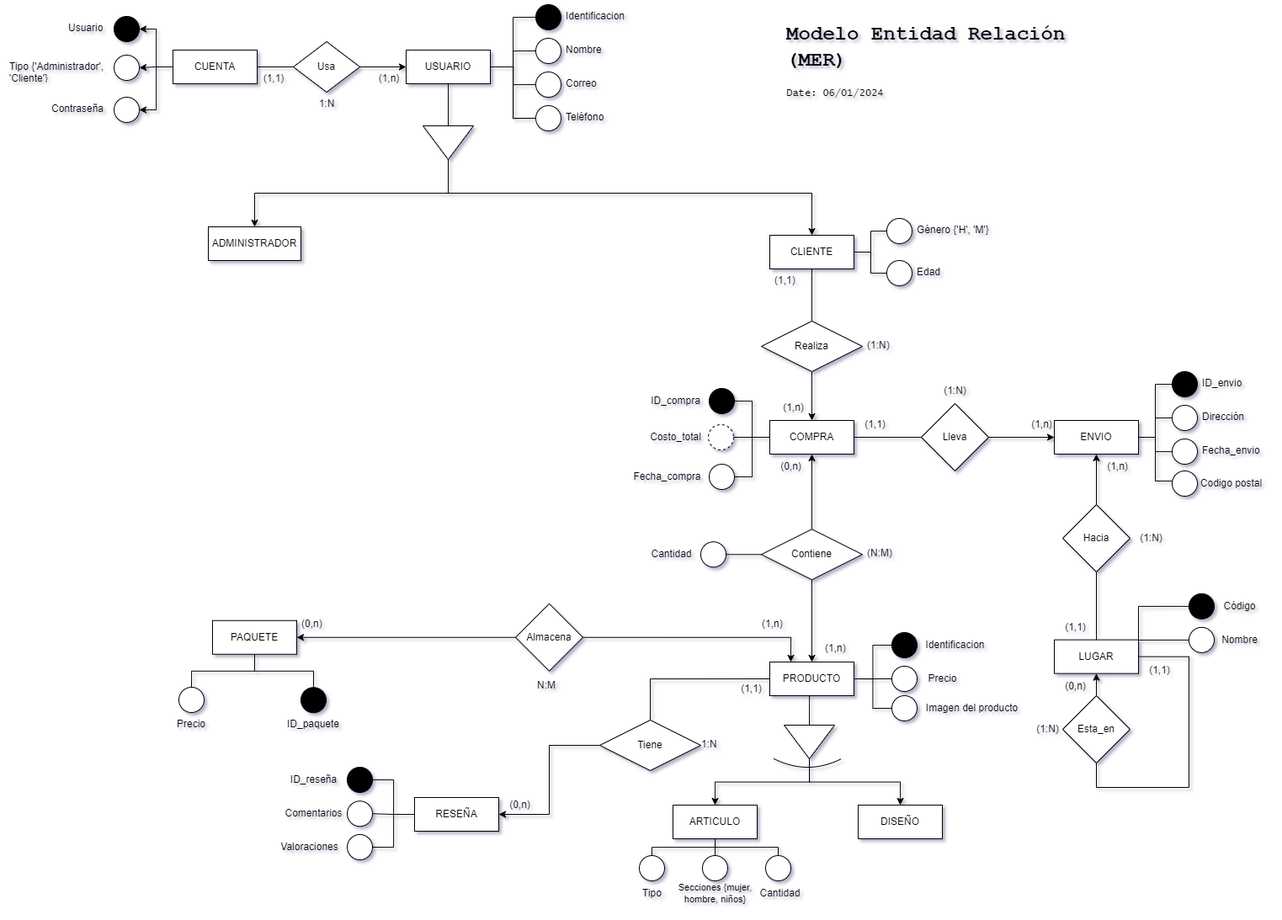
This is db_diagrams/MER.png from DCajiao/sportswear_store, a draw.io export, as it was before one commit. Source tidied: cells renumbered, new cells last; positions are measured from the earlier drawing's top-left corner, leaving out a move shared by most shapes.
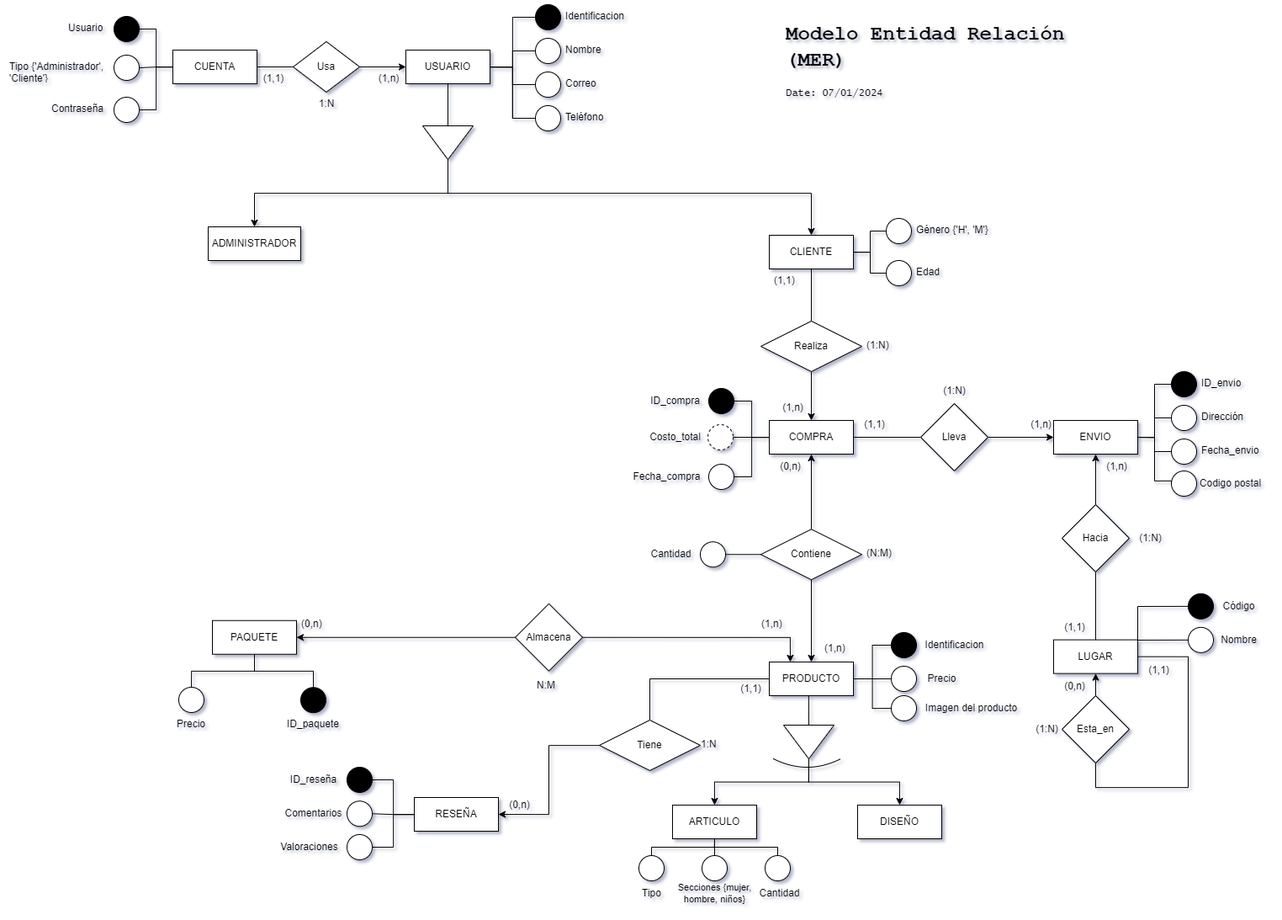
The same diagram one commit later.

Commit message:
END MER

What changed in the source:
```diff
@@ -510,19 +510,19 @@
     <mxCell id="154" value="(1,1)" style="text;html=1;align=center;verticalAlign=middle;strokeColor=none;fillColor=none;" parent="1" vertex="1">
       <mxGeometry x="862" y="798" width="50" height="30" as="geometry" />
     </mxCell>
-    <mxCell id="155" value="&lt;h1&gt;&lt;font face=&quot;Courier New&quot;&gt;Modelo Entidad Relación (MER)&lt;/font&gt;&lt;/h1&gt;&lt;div&gt;&lt;font face=&quot;Lucida Console&quot;&gt;Date: 06/01/2024&lt;/font&gt;&lt;/div&gt;" style="text;html=1;spacing=5;spacingTop=-20;whiteSpace=wrap;overflow=hidden;rounded=0;fillColor=none;" parent="1" vertex="1">
+    <mxCell id="155" value="&lt;h1&gt;&lt;font face=&quot;Courier New&quot;&gt;Modelo Entidad Relación (MER)&lt;/font&gt;&lt;/h1&gt;&lt;div&gt;&lt;font face=&quot;Lucida Console&quot;&gt;Date: 07/01/2024&lt;/font&gt;&lt;/div&gt;" style="text;html=1;spacing=5;spacingTop=-20;whiteSpace=wrap;overflow=hidden;rounded=0;fillColor=none;" parent="1" vertex="1">
       <mxGeometry x="923.5" y="14" width="373.5" height="120" as="geometry" />
     </mxCell>
     <mxCell id="156" style="group;" parent="1" vertex="1">
       <mxGeometry x="65" y="10" width="150" height="150" as="geometry" />
     </mxCell>
-    <mxCell id="157" style="edgeStyle=orthogonalEdgeStyle;rounded=0;jettySize=auto;html=1;entryX=1;entryY=0.5;entryDx=0;entryDy=0;" parent="156" edge="1" source="160" target="161">
+    <mxCell id="157" style="edgeStyle=orthogonalEdgeStyle;rounded=0;jettySize=auto;html=1;entryX=1;entryY=0.5;entryDx=0;entryDy=0;endArrow=none;endFill=0;" parent="156" edge="1" source="160" target="161">
       <mxGeometry relative="1" as="geometry" />
     </mxCell>
-    <mxCell id="158" style="edgeStyle=orthogonalEdgeStyle;rounded=0;jettySize=auto;html=1;entryX=1;entryY=0.5;entryDx=0;entryDy=0;" parent="156" edge="1" source="160" target="162">
+    <mxCell id="158" style="edgeStyle=orthogonalEdgeStyle;rounded=0;jettySize=auto;html=1;entryX=1;entryY=0.5;entryDx=0;entryDy=0;endArrow=none;endFill=0;" parent="156" edge="1" source="160" target="162">
       <mxGeometry relative="1" as="geometry" />
     </mxCell>
-    <mxCell id="159" style="edgeStyle=orthogonalEdgeStyle;rounded=0;jettySize=auto;html=1;entryX=1;entryY=0.5;entryDx=0;entryDy=0;" parent="156" edge="1" source="160" target="165">
+    <mxCell id="159" style="edgeStyle=orthogonalEdgeStyle;rounded=0;jettySize=auto;html=1;entryX=1;entryY=0.5;entryDx=0;entryDy=0;endArrow=none;endFill=0;" parent="156" edge="1" source="160" target="165">
       <mxGeometry relative="1" as="geometry" />
     </mxCell>
     <mxCell id="160" value="CUENTA" style="whiteSpace=wrap;html=1;align=center;" parent="156" vertex="1">
```
